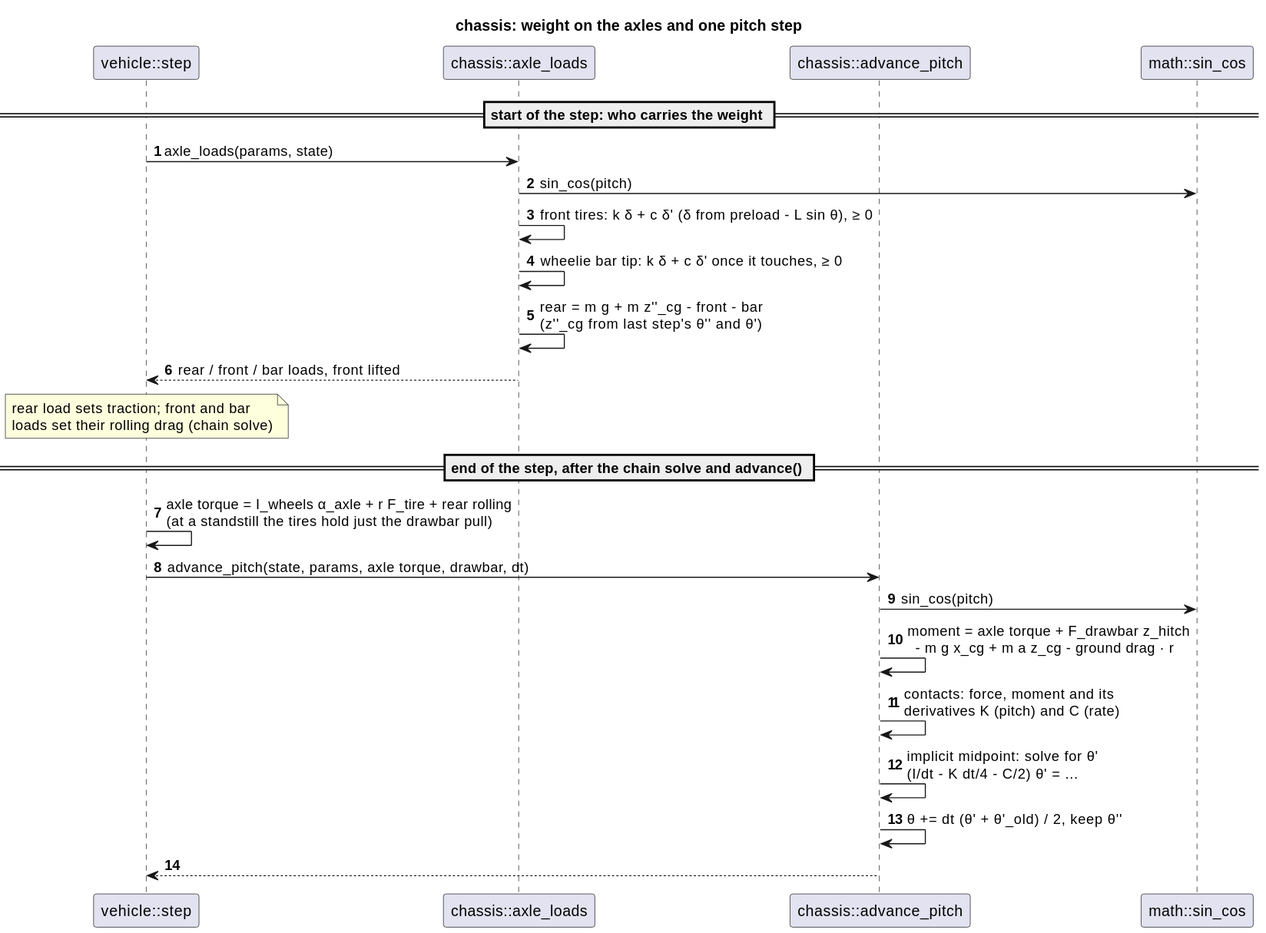
Earlier version of the PlantUML export docs/diagrams/svg/pitch_step_sequence.svg (wversteeg/TractorPulling). Its diagram source:
```plantuml
@startuml
title chassis: weight on the axles and one pitch step
autonumber
participant "vehicle::step" as Step
participant "chassis::axle_loads" as Loads
participant "chassis::advance_pitch" as Pitch
participant "math::sin_cos" as Trig

== start of the step: who carries the weight ==
Step -> Loads : axle_loads(params, state)
Loads -> Trig : sin_cos(pitch)
Loads -> Loads : front tires: k δ + c δ' (δ from preload - L sin θ), ≥ 0
Loads -> Loads : wheelie bar tip: k δ + c δ' once it touches, ≥ 0
Loads -> Loads : rear = m g + m z''_cg - front - bar\n(z''_cg from last step's θ'' and θ')
Loads --> Step : rear / front / bar loads, front lifted
note over Step
  rear load sets traction; front and bar
  loads set their rolling drag (chain solve)
end note

== end of the step, after the chain solve and advance() ==
Step -> Step : axle torque = I_wheels α_axle + r F_tire + rear rolling\n(at a standstill the tires hold just the drawbar pull)
Step -> Pitch : advance_pitch(state, params, axle torque, drawbar, dt)
Pitch -> Trig : sin_cos(pitch)
Pitch -> Pitch : moment = axle torque + F_drawbar z_hitch\n  - m g x_cg + m a z_cg - ground drag · r
Pitch -> Pitch : contacts: force, moment and its\nderivatives K (pitch) and C (rate)
Pitch -> Pitch : implicit midpoint: solve for θ'\n(I/dt - K dt/4 - C/2) θ' = ...
Pitch -> Pitch : θ += dt (θ' + θ'_old) / 2, keep θ''
Pitch --> Step
@enduml
```
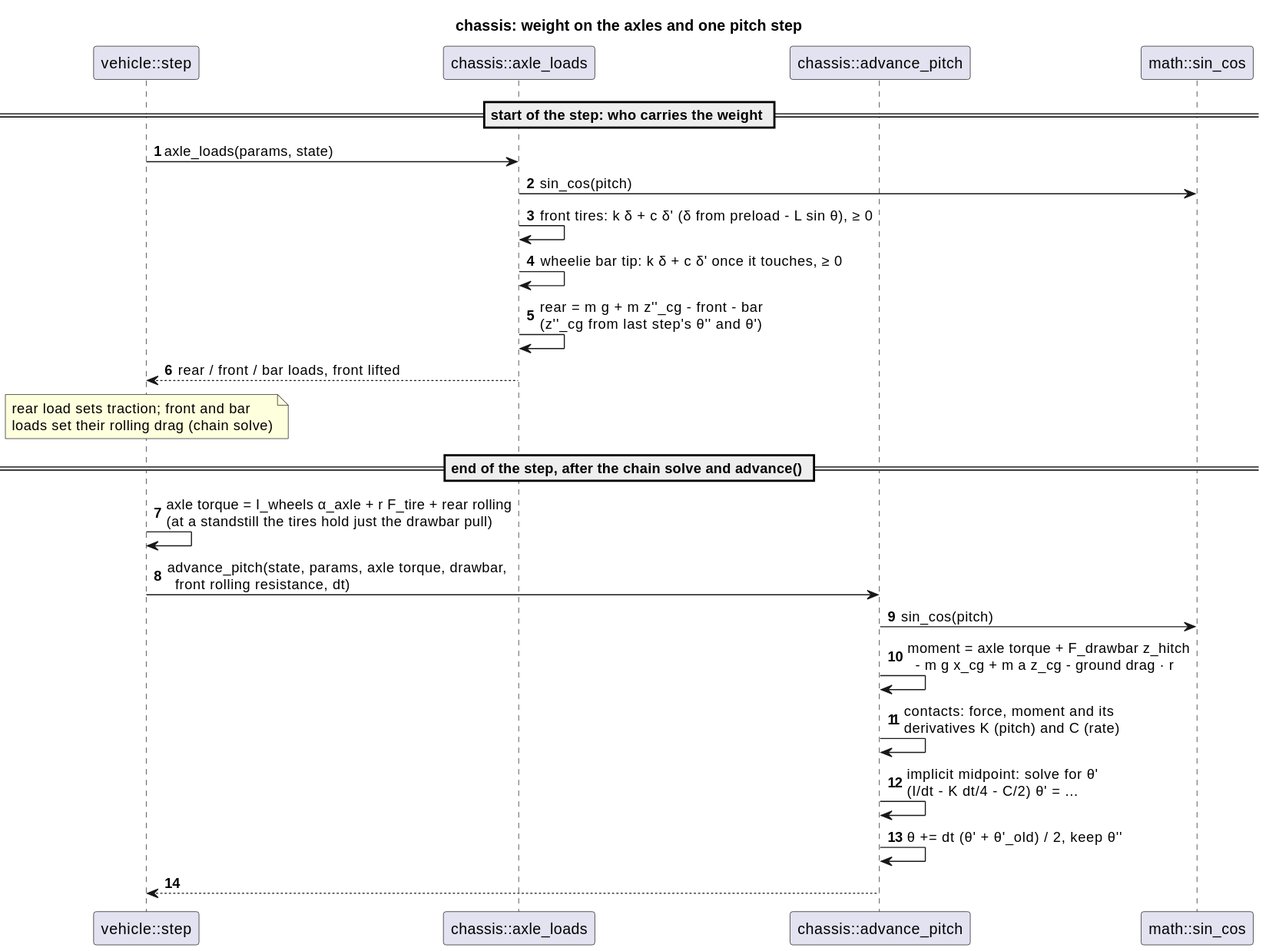
The same diagram one commit later.

Diff of the diagram source:
```diff
@@ -20,7 +20,7 @@
 
 == end of the step, after the chain solve and advance() ==
 Step -> Step : axle torque = I_wheels α_axle + r F_tire + rear rolling\n(at a standstill the tires hold just the drawbar pull)
-Step -> Pitch : advance_pitch(state, params, axle torque, drawbar, dt)
+Step -> Pitch : advance_pitch(state, params, axle torque, drawbar,\n  front rolling resistance, dt)
 Pitch -> Trig : sin_cos(pitch)
 Pitch -> Pitch : moment = axle torque + F_drawbar z_hitch\n  - m g x_cg + m a z_cg - ground drag · r
 Pitch -> Pitch : contacts: force, moment and its\nderivatives K (pitch) and C (rate)
```
